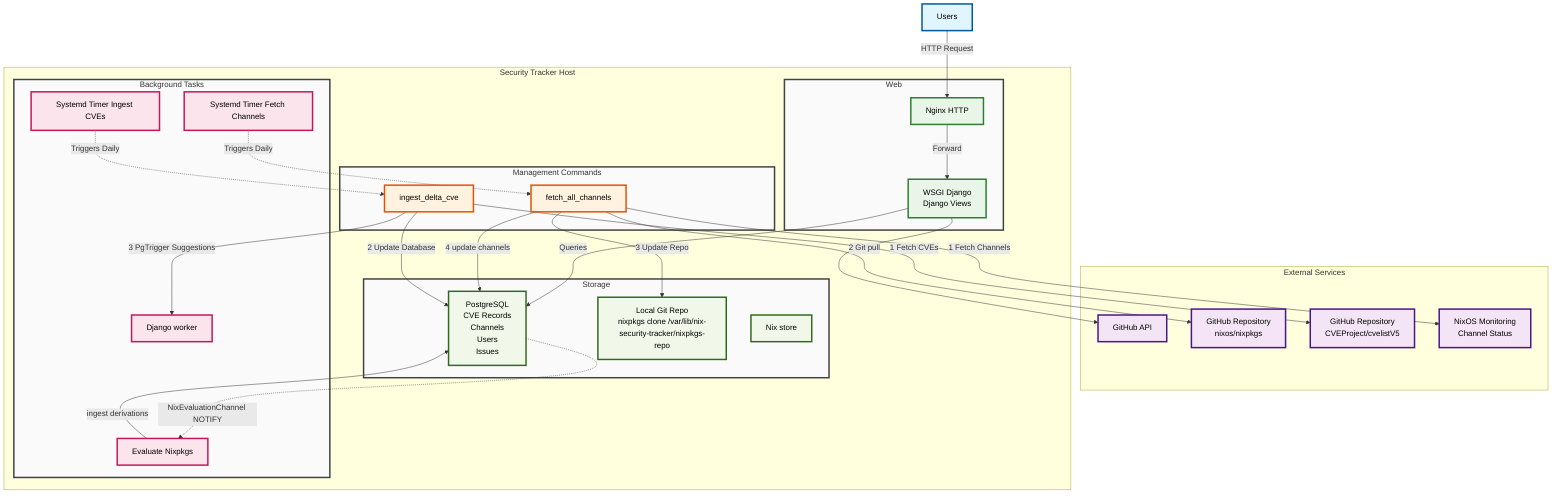
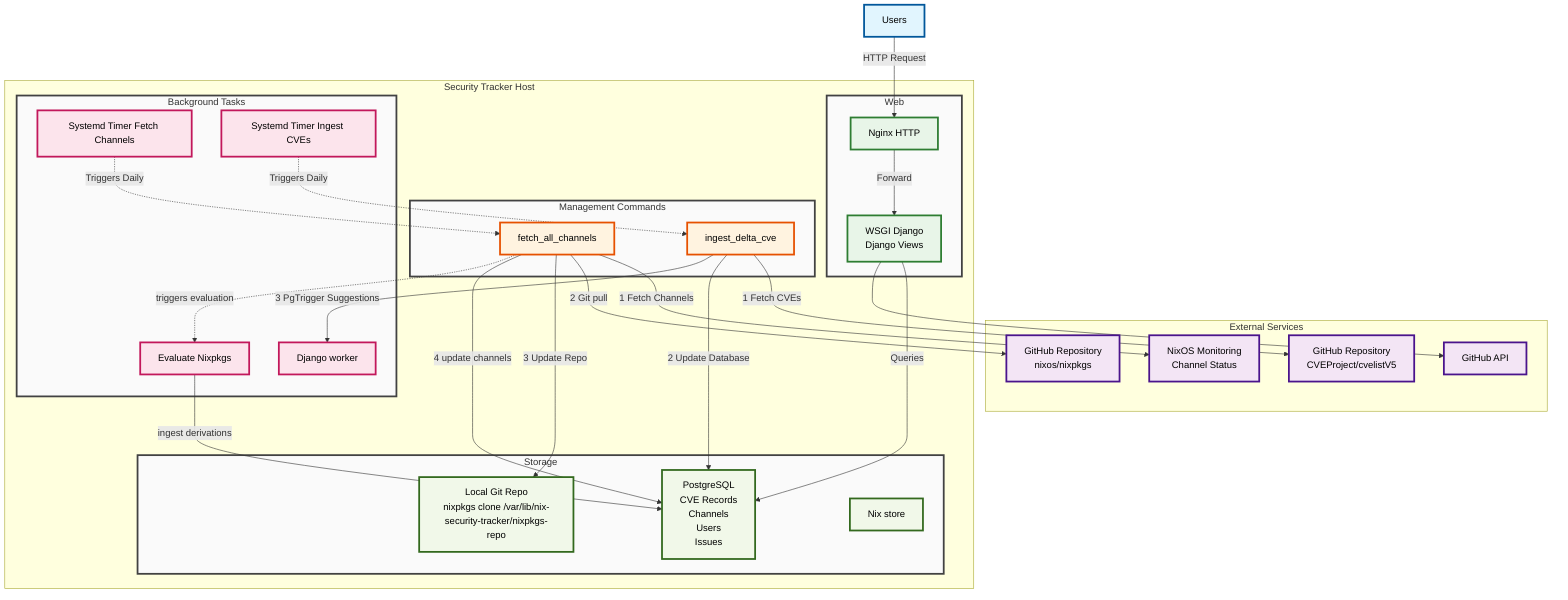
graph TB
    Users["Users"]

    subgraph External["External Services"]
        GitHub["GitHub API"]
        GitHubNixos["GitHub Repository<br/>nixos/nixpkgs"]
        GitHubCVEs["GitHub Repository<br/>CVEProject/cvelistV5"]
        NixMonitoring["NixOS Monitoring<br/>Channel Status"]
    end

    subgraph SecurityTracker ["Security Tracker Host"]
	  subgraph Web["Web"]
		  Nginx["Nginx HTTP"]
		  WSGI["WSGI Django<br/>Django Views"]
	  end

	  subgraph ManageCommands["Management Commands"]
		  FetchAllChannels["fetch_all_channels"]
		  IngestCVEs["ingest_delta_cve"]
	  end

	  subgraph Background["Background Tasks"]
		  SystemdTimerChannels["Systemd Timer Fetch Channels"]
		  SystemdTimerCVEs["Systemd Timer Ingest CVEs"]
          NixEval["Evaluate Nixpkgs"]
          DjangoWorker["Django worker"]
	  end

	  subgraph Storage["Storage"]
		  PostgreSQL["PostgreSQL<br/>CVE Records<br/>Channels<br/>Users<br/>Issues"]
		  LocalGitCheckout["Local Git Repo<br/>nixpkgs clone /var/lib/nix-security-tracker/nixpkgs-repo"]
		  NixStore["Nix store"]
	  end

    end

	%% User interactions
	Users -->|HTTP Request| Nginx -->|Forward| WSGI -->|Queries| PostgreSQL
    WSGI --> GitHub

    %% Timers
    SystemdTimerChannels -.->|Triggers Daily| FetchAllChannels
    FetchAllChannels -->|1 Fetch Channels| NixMonitoring
    FetchAllChannels -->|2 Git pull| GitHubNixos
    FetchAllChannels -->|3 Update Repo| LocalGitCheckout
    FetchAllChannels -->|4 update channels| PostgreSQL
-     PostgreSQL -.->|NixEvaluationChannel NOTIFY| NixEval
+     FetchAllChannels -.->|triggers evaluation| NixEval
    NixEval -->|ingest derivations| PostgreSQL

    SystemdTimerCVEs -.->|Triggers Daily| IngestCVEs
    IngestCVEs -->|1 Fetch CVEs| GitHubCVEs
    IngestCVEs -->|2 Update Database| PostgreSQL
    IngestCVEs -->|3 PgTrigger Suggestions| DjangoWorker

  classDef userClass fill:#e1f5fe,stroke:#01579b,stroke-width:3px,color:#000
    classDef externalClass fill:#f3e5f5,stroke:#4a148c,stroke-width:3px,color:#000
    classDef webClass fill:#e8f5e8,stroke:#2e7d32,stroke-width:3px,color:#000
    classDef commandClass fill:#fff3e0,stroke:#e65100,stroke-width:3px,color:#000
    classDef backgroundClass fill:#fce4ec,stroke:#c2185b,stroke-width:3px,color:#000
    classDef storageClass fill:#f1f8e9,stroke:#33691e,stroke-width:3px,color:#000
    classDef subgraphClass fill:#fafafa,stroke:#424242,stroke-width:3px

    class Users userClass
    class GitHub,GitHubNixos,GitHubCVEs,NixMonitoring externalClass
    class Nginx,WSGI webClass
    class FetchAllChannels,IngestCVEs commandClass
    class SystemdTimerChannels,SystemdTimerCVEs,NixEval,DjangoWorker backgroundClass
    class PostgreSQL,LocalGitCheckout,NixStore storageClass
    class Storage,Background,ManageCommands,Web subgraphClass
